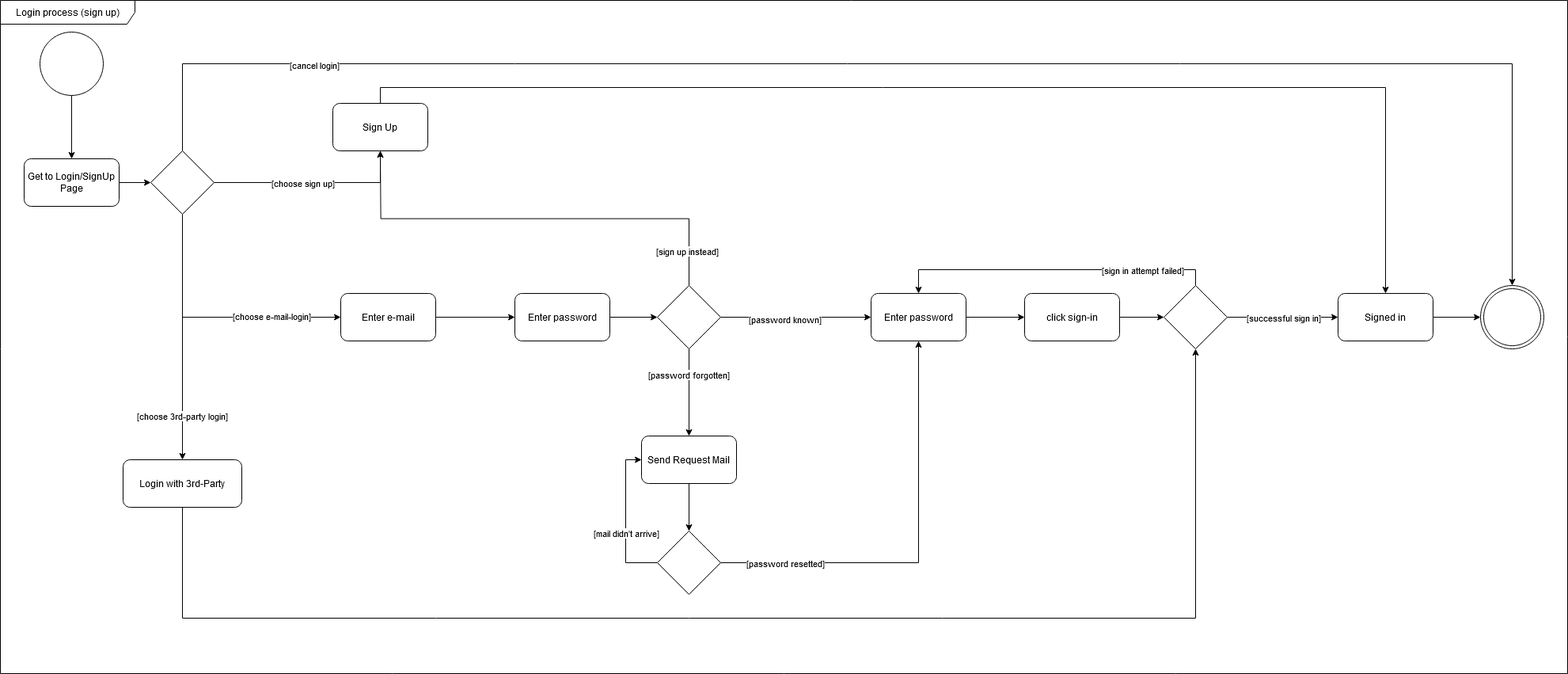
The draw.io diagram docs/diagrams/UserActivityLogin.drawio.png in SE-TINF22B6/DHBWhub, before a commit. Source tidied: cells renumbered, new cells last; positions are measured from the earlier drawing's top-left corner, leaving out a move shared by most shapes.
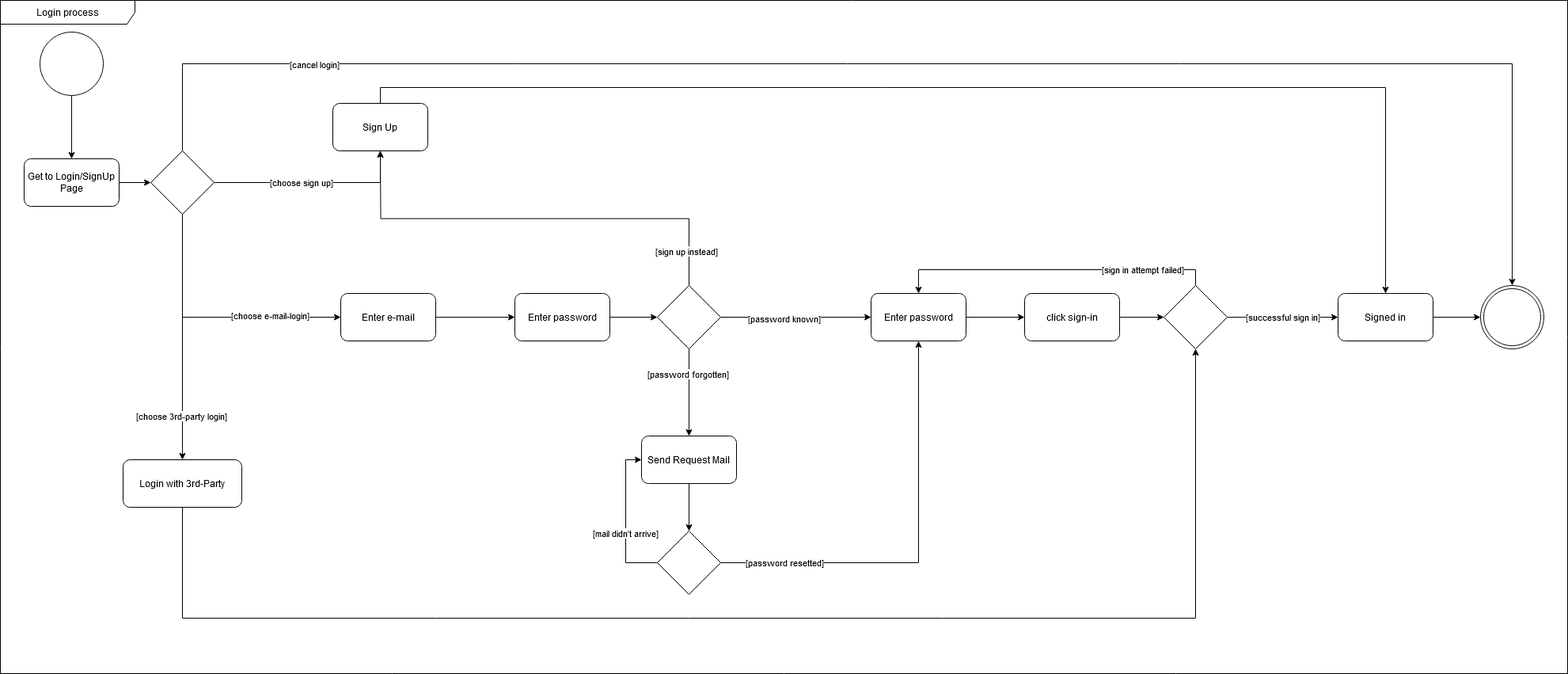
Later version of the same file.

What changed in the source:
```diff
@@ -165,7 +165,7 @@
     <mxCell id="48" value="Sign Up" style="rounded=1;whiteSpace=wrap;html=1;" parent="1" vertex="1">
       <mxGeometry x="420" y="130" width="120" height="60" as="geometry" />
     </mxCell>
-    <mxCell id="49" value="Login process (sign up)" style="shape=umlFrame;whiteSpace=wrap;html=1;width=170;height=30;" parent="1" vertex="1">
+    <mxCell id="49" value="Login process" style="shape=umlFrame;whiteSpace=wrap;html=1;width=170;height=30;" parent="1" vertex="1">
       <mxGeometry width="1980" height="850" as="geometry" />
     </mxCell>
   </root>
```
